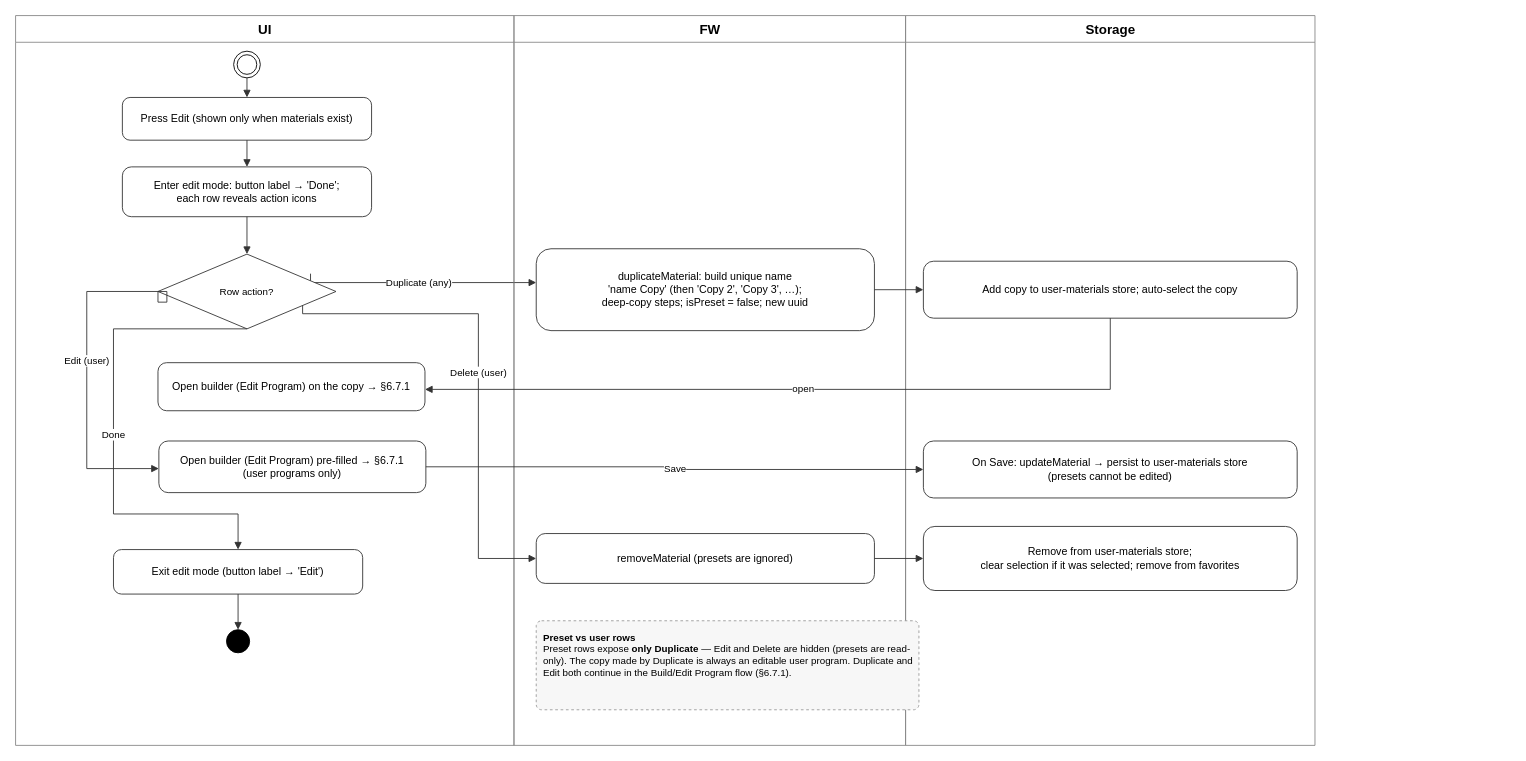
Earlier version of the draw.io diagram docs/diagrams/edit-mode-flow.drawio (Amitaiw6/sCure-A). Source tidied: cells renumbered, new cells numbered last; positions are measured from the earlier drawing's top-left corner, leaving out a move shared by most shapes. Both pictures are drawn from the tidied source at 89%, with x=0, y=0 at pixel (15, 15).
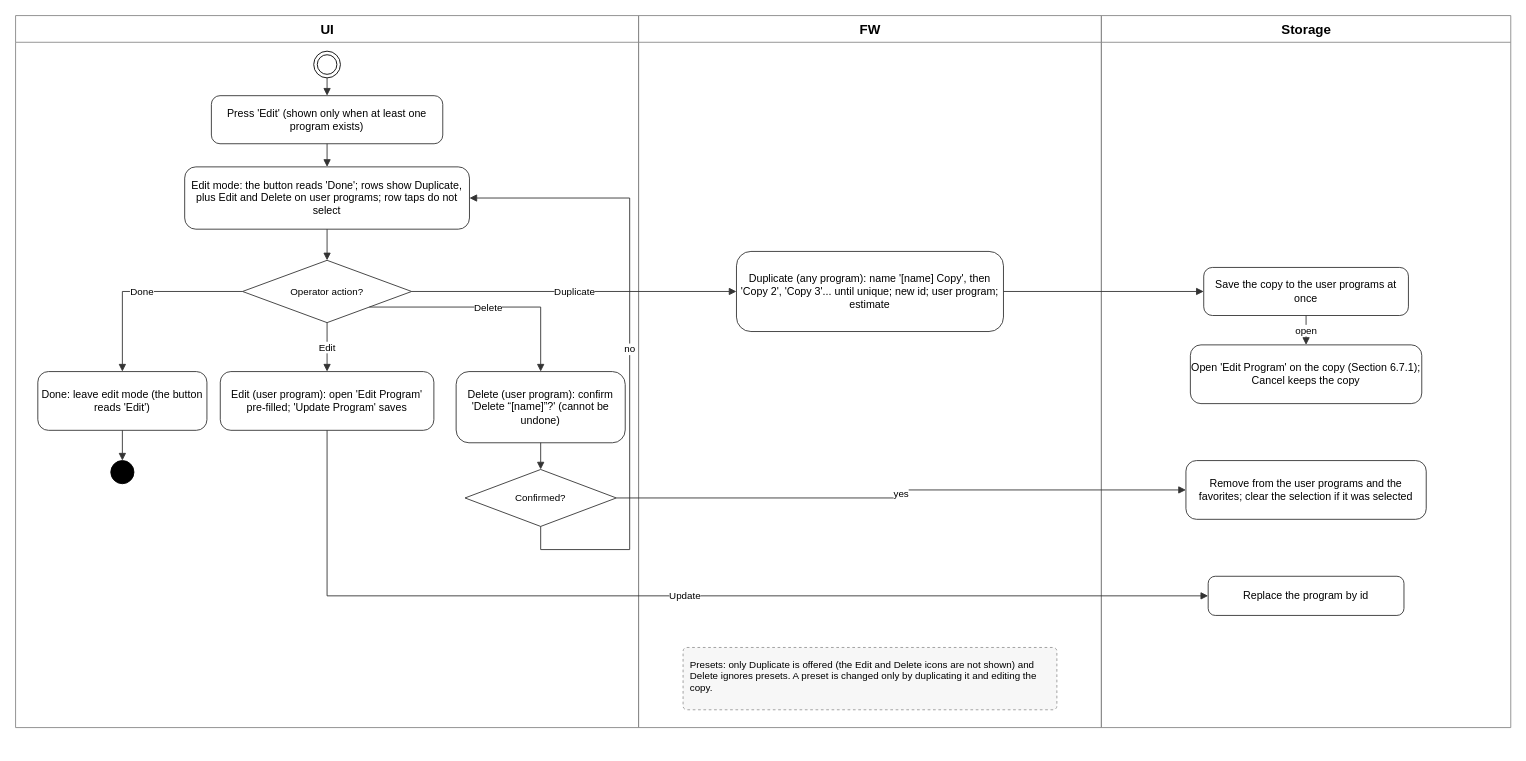
After the change.

What changed in the source:
```diff
@@
     <mxCell id="2" value="UI" style="swimlane;html=1;startSize=30;horizontal=1;fillColor=none;strokeColor=#888888;fontSize=15;fontStyle=1;align=center;verticalAlign=top;swimlaneFillColor=none;" parent="1" vertex="1">
-      <mxGeometry width="560" height="820" as="geometry" />
+      <mxGeometry width="700" height="800" as="geometry" />
     </mxCell>
-    <mxCell id="3" value="Open builder (Edit Program) on the copy → §6.7.1" style="rounded=1;whiteSpace=wrap;html=1;arcSize=18;fillColor=#FFFFFF;strokeColor=#333333;fontSize=12;" parent="2" vertex="1">
-      <mxGeometry x="160" y="390" width="300" height="54" as="geometry" />
-    </mxCell>
-    <mxCell id="4" value="Open builder (Edit Program) pre-filled → §6.7.1&lt;br&gt;(user programs only)" style="rounded=1;whiteSpace=wrap;html=1;arcSize=18;fillColor=#FFFFFF;strokeColor=#333333;fontSize=12;" parent="2" vertex="1">
-      <mxGeometry x="161" y="478" width="300" height="58" as="geometry" />
-    </mxCell>
-    <mxCell id="5" value="Duplicate (any)" style="edgeStyle=orthogonalEdgeStyle;rounded=0;html=1;strokeColor=#333333;endArrow=block;fontSize=11;exitX=1;exitY=0.3;exitDx=0;exitDy=0;" parent="2" edge="1">
-      <mxGeometry relative="1" as="geometry">
-        <mxPoint x="331.4" y="290" as="sourcePoint" />
-        <mxPoint x="585" y="300" as="targetPoint" />
-        <Array as="points">
-          <mxPoint x="331" y="300" />
-        </Array>
-      </mxGeometry>
-    </mxCell>
     <mxCell id="6" value="FW" style="swimlane;html=1;startSize=30;horizontal=1;fillColor=none;strokeColor=#888888;fontSize=15;fontStyle=1;align=center;verticalAlign=top;swimlaneFillColor=none;" parent="1" vertex="1">
-      <mxGeometry x="560" width="440" height="820" as="geometry" />
+      <mxGeometry x="700" width="520" height="800" as="geometry" />
     </mxCell>
     <mxCell id="7" value="Storage" style="swimlane;html=1;startSize=30;horizontal=1;fillColor=none;strokeColor=#888888;fontSize=15;fontStyle=1;align=center;verticalAlign=top;swimlaneFillColor=none;" parent="1" vertex="1">
-      <mxGeometry x="1000" width="460" height="820" as="geometry" />
+      <mxGeometry x="1220" width="460" height="800" as="geometry" />
     </mxCell>
     <mxCell id="8" style="ellipse;shape=doubleEllipse;html=1;dashed=0;whiteSpace=wrap;fillColor=#FFFFFF;strokeColor=#000000;" parent="1" vertex="1">
-      <mxGeometry x="245" y="40" width="30" height="30" as="geometry" />
+      <mxGeometry x="335" y="40" width="30" height="30" as="geometry" />
     </mxCell>
-    <mxCell id="9" value="Press Edit (shown only when materials exist)" style="rounded=1;whiteSpace=wrap;html=1;arcSize=18;fillColor=#FFFFFF;strokeColor=#333333;fontSize=12;" parent="1" vertex="1">
-      <mxGeometry x="120" y="92" width="280" height="48" as="geometry" />
-    </mxCell>
-    <mxCell id="10" value="Enter edit mode: button label → 'Done';&lt;br&gt;each row reveals action icons" style="rounded=1;whiteSpace=wrap;html=1;arcSize=18;fillColor=#FFFFFF;strokeColor=#333333;fontSize=12;" parent="1" vertex="1">
-      <mxGeometry x="120" y="170" width="280" height="56" as="geometry" />
-    </mxCell>
+    <mxCell id="31" value="Press 'Edit' (shown only when at least one program exists)" style="rounded=1;whiteSpace=wrap;html=1;arcSize=18;fillColor=#FFFFFF;strokeColor=#333333;fontSize=12;" parent="1" vertex="1">
+      <mxGeometry x="220" y="90" width="260" height="54" as="geometry" />
+    </mxCell>
+    <mxCell id="32" value="Edit mode: the button reads 'Done'; rows show Duplicate, plus Edit and Delete on user programs; row taps do not select" style="rounded=1;whiteSpace=wrap;html=1;arcSize=18;fillColor=#FFFFFF;strokeColor=#333333;fontSize=12;" parent="1" vertex="1">
+      <mxGeometry x="190" y="170" width="320" height="70" as="geometry" />
+    </mxCell>
-    <mxCell id="11" value="Row action?" style="rhombus;whiteSpace=wrap;html=1;fillColor=#FFFFFF;strokeColor=#333333;fontSize=11;" parent="1" vertex="1">
-      <mxGeometry x="160" y="268" width="200" height="84" as="geometry" />
+    <mxCell id="11" value="Operator action?" style="rhombus;whiteSpace=wrap;html=1;fillColor=#FFFFFF;strokeColor=#333333;fontSize=11;" parent="1" vertex="1">
+      <mxGeometry x="255" y="275" width="190" height="70" as="geometry" />
     </mxCell>
-    <mxCell id="12" value="duplicateMaterial: build unique name&lt;br&gt;'name Copy' (then 'Copy 2', 'Copy 3', …);&lt;br&gt;deep-copy steps; isPreset = false; new uuid" style="rounded=1;whiteSpace=wrap;html=1;arcSize=18;fillColor=#FFFFFF;strokeColor=#333333;fontSize=12;" parent="1" vertex="1">
-      <mxGeometry x="585" y="262" width="380" height="92" as="geometry" />
-    </mxCell>
-    <mxCell id="13" value="Add copy to user-materials store; auto-select the copy" style="rounded=1;whiteSpace=wrap;html=1;arcSize=18;fillColor=#FFFFFF;strokeColor=#333333;fontSize=12;" parent="1" vertex="1">
-      <mxGeometry x="1020" y="276" width="420" height="64" as="geometry" />
-    </mxCell>
-    <mxCell id="14" value="On Save: updateMaterial → persist to user-materials store&lt;br&gt;(presets cannot be edited)" style="rounded=1;whiteSpace=wrap;html=1;arcSize=18;fillColor=#FFFFFF;strokeColor=#333333;fontSize=12;" parent="1" vertex="1">
-      <mxGeometry x="1020" y="478" width="420" height="64" as="geometry" />
-    </mxCell>
-    <mxCell id="15" value="removeMaterial (presets are ignored)" style="rounded=1;whiteSpace=wrap;html=1;arcSize=18;fillColor=#FFFFFF;strokeColor=#333333;fontSize=12;" parent="1" vertex="1">
-      <mxGeometry x="585" y="582" width="380" height="56" as="geometry" />
-    </mxCell>
-    <mxCell id="16" value="Remove from user-materials store;&lt;br&gt;clear selection if it was selected; remove from favorites" style="rounded=1;whiteSpace=wrap;html=1;arcSize=18;fillColor=#FFFFFF;strokeColor=#333333;fontSize=12;" parent="1" vertex="1">
-      <mxGeometry x="1020" y="574" width="420" height="72" as="geometry" />
-    </mxCell>
-    <mxCell id="17" value="Exit edit mode (button label → 'Edit')" style="rounded=1;whiteSpace=wrap;html=1;arcSize=18;fillColor=#FFFFFF;strokeColor=#333333;fontSize=12;" parent="1" vertex="1">
-      <mxGeometry x="110" y="600" width="280" height="50" as="geometry" />
-    </mxCell>
-    <mxCell id="18" style="ellipse;whiteSpace=wrap;html=1;fillColor=#000000;strokeColor=#000000;" parent="1" vertex="1">
-      <mxGeometry x="237" y="690" width="26" height="26" as="geometry" />
-    </mxCell>
+    <mxCell id="33" value="Duplicate (any program): name '[name] Copy', then 'Copy 2', 'Copy 3'... until unique; new id; user program; estimate" style="rounded=1;whiteSpace=wrap;html=1;arcSize=18;fillColor=#FFFFFF;strokeColor=#333333;fontSize=12;" parent="1" vertex="1">
+      <mxGeometry x="810" y="265" width="300" height="90" as="geometry" />
+    </mxCell>
+    <mxCell id="34" value="Save the copy to the user programs at once" style="rounded=1;whiteSpace=wrap;html=1;arcSize=18;fillColor=#FFFFFF;strokeColor=#333333;fontSize=12;" parent="1" vertex="1">
+      <mxGeometry x="1335" y="283" width="230" height="54" as="geometry" />
+    </mxCell>
+    <mxCell id="35" value="Open 'Edit Program' on the copy (Section 6.7.1); Cancel keeps the copy" style="rounded=1;whiteSpace=wrap;html=1;arcSize=18;fillColor=#FFFFFF;strokeColor=#333333;fontSize=12;" parent="1" vertex="1">
+      <mxGeometry x="1320" y="370" width="260" height="66" as="geometry" />
+    </mxCell>
+    <mxCell id="36" value="Edit (user program): open 'Edit Program' pre-filled; 'Update Program' saves" style="rounded=1;whiteSpace=wrap;html=1;arcSize=18;fillColor=#FFFFFF;strokeColor=#333333;fontSize=12;" parent="1" vertex="1">
+      <mxGeometry x="230" y="400" width="240" height="66" as="geometry" />
+    </mxCell>
+    <mxCell id="37" value="Replace the program by id" style="rounded=1;whiteSpace=wrap;html=1;arcSize=18;fillColor=#FFFFFF;strokeColor=#333333;fontSize=12;" parent="1" vertex="1">
+      <mxGeometry x="1340" y="630" width="220" height="44" as="geometry" />
+    </mxCell>
+    <mxCell id="38" value="Delete (user program): confirm 'Delete “[name]”?' (cannot be undone)" style="rounded=1;whiteSpace=wrap;html=1;arcSize=18;fillColor=#FFFFFF;strokeColor=#333333;fontSize=12;" parent="1" vertex="1">
+      <mxGeometry x="495" y="400" width="190" height="80" as="geometry" />
+    </mxCell>
+    <mxCell id="39" value="Confirmed?" style="rhombus;whiteSpace=wrap;html=1;fillColor=#FFFFFF;strokeColor=#333333;fontSize=11;" parent="1" vertex="1">
+      <mxGeometry x="505" y="510" width="170" height="64" as="geometry" />
+    </mxCell>
+    <mxCell id="40" value="Remove from the user programs and the favorites; clear the selection if it was selected" style="rounded=1;whiteSpace=wrap;html=1;arcSize=18;fillColor=#FFFFFF;strokeColor=#333333;fontSize=12;" parent="1" vertex="1">
+      <mxGeometry x="1315" y="500" width="270" height="66" as="geometry" />
+    </mxCell>
+    <mxCell id="41" value="Done: leave edit mode (the button reads 'Edit')" style="rounded=1;whiteSpace=wrap;html=1;arcSize=18;fillColor=#FFFFFF;strokeColor=#333333;fontSize=12;" parent="1" vertex="1">
+      <mxGeometry x="25" y="400" width="190" height="66" as="geometry" />
+    </mxCell>
+    <mxCell id="42" style="ellipse;whiteSpace=wrap;html=1;fillColor=#000000;strokeColor=#000000;" parent="1" vertex="1">
+      <mxGeometry x="107" y="500" width="26" height="26" as="geometry" />
+    </mxCell>
-    <mxCell id="19" value="&lt;b&gt;Preset vs user rows&lt;/b&gt;&lt;br&gt;Preset rows expose &lt;b&gt;only Duplicate&lt;/b&gt; — Edit and Delete are hidden (presets are read-only). The copy made by Duplicate is always an editable user program. Duplicate and Edit both continue in the Build/Edit Program flow (§6.7.1)." style="rounded=1;whiteSpace=wrap;html=1;dashed=1;arcSize=6;fillColor=#F7F7F7;strokeColor=#999999;fontSize=11;align=left;verticalAlign=top;spacing=8;" parent="1" vertex="1">
-      <mxGeometry x="585" y="680" width="430" height="100" as="geometry" />
+    <mxCell id="19" value="Presets: only Duplicate is offered (the Edit and Delete icons are not shown) and Delete ignores presets. A preset is changed only by duplicating it and editing the copy." style="rounded=1;whiteSpace=wrap;html=1;dashed=1;arcSize=6;fillColor=#F7F7F7;strokeColor=#999999;fontSize=11;align=left;verticalAlign=top;spacing=8;" parent="1" vertex="1">
+      <mxGeometry x="750" y="710" width="420" height="70" as="geometry" />
     </mxCell>
-    <mxCell id="20" style="edgeStyle=orthogonalEdgeStyle;rounded=0;html=1;strokeColor=#333333;endArrow=block;fontSize=11;" parent="1" edge="1" source="8" target="9">
-      <mxGeometry relative="1" as="geometry" />
-    </mxCell>
-    <mxCell id="21" style="edgeStyle=orthogonalEdgeStyle;rounded=0;html=1;strokeColor=#333333;endArrow=block;fontSize=11;" parent="1" edge="1" source="9" target="10">
-      <mxGeometry relative="1" as="geometry" />
-    </mxCell>
-    <mxCell id="22" style="edgeStyle=orthogonalEdgeStyle;rounded=0;html=1;strokeColor=#333333;endArrow=block;fontSize=11;" parent="1" edge="1" source="10" target="11">
-      <mxGeometry relative="1" as="geometry" />
-    </mxCell>
-    <mxCell id="23" style="edgeStyle=orthogonalEdgeStyle;rounded=0;html=1;strokeColor=#333333;endArrow=block;fontSize=11;" parent="1" edge="1" source="12" target="13">
-      <mxGeometry relative="1" as="geometry" />
-    </mxCell>
+    <mxCell id="43" style="edgeStyle=orthogonalEdgeStyle;rounded=0;html=1;strokeColor=#333333;endArrow=block;fontSize=11;" parent="1" edge="1" source="8" target="31">
+      <mxGeometry relative="1" as="geometry" />
+    </mxCell>
+    <mxCell id="44" style="edgeStyle=orthogonalEdgeStyle;rounded=0;html=1;strokeColor=#333333;endArrow=block;fontSize=11;" parent="1" edge="1" source="31" target="32">
+      <mxGeometry relative="1" as="geometry" />
+    </mxCell>
+    <mxCell id="45" style="edgeStyle=orthogonalEdgeStyle;rounded=0;html=1;strokeColor=#333333;endArrow=block;fontSize=11;" parent="1" edge="1" source="32" target="11">
+      <mxGeometry relative="1" as="geometry" />
+    </mxCell>
+    <mxCell id="46" value="Duplicate" style="edgeStyle=orthogonalEdgeStyle;rounded=0;html=1;strokeColor=#333333;endArrow=block;fontSize=11;exitX=1;exitY=0.5;exitDx=0;exitDy=0;entryX=0;entryY=0.5;entryDx=0;entryDy=0;" parent="1" edge="1" source="11" target="33">
+      <mxGeometry relative="1" as="geometry" />
+    </mxCell>
+    <mxCell id="47" style="edgeStyle=orthogonalEdgeStyle;rounded=0;html=1;strokeColor=#333333;endArrow=block;fontSize=11;exitX=1;exitY=0.5;exitDx=0;exitDy=0;entryX=0;entryY=0.5;entryDx=0;entryDy=0;" parent="1" edge="1" source="33" target="34">
+      <mxGeometry relative="1" as="geometry" />
+    </mxCell>
-    <mxCell id="24" value="open" style="edgeStyle=orthogonalEdgeStyle;rounded=0;html=1;strokeColor=#333333;endArrow=block;fontSize=11;" parent="1" edge="1" source="13" target="3">
-      <mxGeometry relative="1" as="geometry">
-        <Array as="points">
-          <mxPoint x="1230" y="420" />
-          <mxPoint x="260" y="420" />
-        </Array>
-      </mxGeometry>
+    <mxCell id="24" value="open" style="edgeStyle=orthogonalEdgeStyle;rounded=0;html=1;strokeColor=#333333;endArrow=block;fontSize=11;exitX=0.5;exitY=1;exitDx=0;exitDy=0;entryX=0.5;entryY=0;entryDx=0;entryDy=0;" parent="1" edge="1" source="34" target="35">
+      <mxGeometry relative="1" as="geometry" />
     </mxCell>
-    <mxCell id="25" value="Edit (user)" style="edgeStyle=orthogonalEdgeStyle;rounded=0;html=1;strokeColor=#333333;endArrow=block;fontSize=11;exitX=0;exitY=0.5;exitDx=0;exitDy=0;" parent="1" edge="1" source="11" target="4">
-      <mxGeometry relative="1" as="geometry">
-        <Array as="points">
-          <mxPoint x="160" y="322" />
-          <mxPoint x="170" y="322" />
-          <mxPoint x="170" y="310" />
-          <mxPoint x="80" y="310" />
-          <mxPoint x="80" y="509" />
-        </Array>
-      </mxGeometry>
-    </mxCell>
-    <mxCell id="26" value="Save" style="edgeStyle=orthogonalEdgeStyle;rounded=0;html=1;strokeColor=#333333;endArrow=block;fontSize=11;" parent="1" edge="1" source="4" target="14">
-      <mxGeometry relative="1" as="geometry" />
-    </mxCell>
-    <mxCell id="27" value="Delete (user)" style="edgeStyle=orthogonalEdgeStyle;rounded=0;html=1;strokeColor=#333333;endArrow=block;fontSize=11;exitX=1;exitY=0.8;exitDx=0;exitDy=0;" parent="1" edge="1" source="11" target="15">
-      <mxGeometry relative="1" as="geometry">
-        <Array as="points">
-          <mxPoint x="520" y="335" />
-          <mxPoint x="520" y="610" />
-        </Array>
-      </mxGeometry>
-    </mxCell>
-    <mxCell id="28" style="edgeStyle=orthogonalEdgeStyle;rounded=0;html=1;strokeColor=#333333;endArrow=block;fontSize=11;" parent="1" edge="1" source="15" target="16">
-      <mxGeometry relative="1" as="geometry" />
-    </mxCell>
+    <mxCell id="48" value="Edit" style="edgeStyle=orthogonalEdgeStyle;rounded=0;html=1;strokeColor=#333333;endArrow=block;fontSize=11;exitX=0.5;exitY=1;exitDx=0;exitDy=0;entryX=0.5;entryY=0;entryDx=0;entryDy=0;" parent="1" edge="1" source="11" target="36">
+      <mxGeometry relative="1" as="geometry" />
+    </mxCell>
+    <mxCell id="49" value="Update" style="edgeStyle=orthogonalEdgeStyle;rounded=0;html=1;strokeColor=#333333;endArrow=block;fontSize=11;exitX=0.5;exitY=1;exitDx=0;exitDy=0;entryX=0;entryY=0.5;entryDx=0;entryDy=0;" parent="1" edge="1" source="36" target="37">
+      <mxGeometry relative="1" as="geometry">
+        <Array as="points">
+          <mxPoint x="350" y="652" />
+        </Array>
+      </mxGeometry>
+    </mxCell>
+    <mxCell id="50" value="Delete" style="edgeStyle=orthogonalEdgeStyle;rounded=0;html=1;strokeColor=#333333;endArrow=block;fontSize=11;exitX=0.75;exitY=0.75;exitDx=0;exitDy=0;entryX=0.5;entryY=0;entryDx=0;entryDy=0;" parent="1" edge="1" source="11" target="38">
+      <mxGeometry relative="1" as="geometry">
+        <Array as="points">
+          <mxPoint x="590" y="328" />
+        </Array>
+      </mxGeometry>
+    </mxCell>
+    <mxCell id="51" style="edgeStyle=orthogonalEdgeStyle;rounded=0;html=1;strokeColor=#333333;endArrow=block;fontSize=11;" parent="1" edge="1" source="38" target="39">
+      <mxGeometry relative="1" as="geometry" />
+    </mxCell>
+    <mxCell id="52" value="yes" style="edgeStyle=orthogonalEdgeStyle;rounded=0;html=1;strokeColor=#333333;endArrow=block;fontSize=11;exitX=1;exitY=0.5;exitDx=0;exitDy=0;entryX=0;entryY=0.5;entryDx=0;entryDy=0;" parent="1" edge="1" source="39" target="40">
+      <mxGeometry relative="1" as="geometry" />
+    </mxCell>
+    <mxCell id="53" value="no" style="edgeStyle=orthogonalEdgeStyle;rounded=0;html=1;strokeColor=#333333;endArrow=block;fontSize=11;exitX=0.5;exitY=1;exitDx=0;exitDy=0;entryX=1;entryY=0.5;entryDx=0;entryDy=0;" parent="1" edge="1" source="39" target="32">
+      <mxGeometry relative="1" as="geometry">
+        <Array as="points">
+          <mxPoint x="590" y="600" />
+          <mxPoint x="690" y="600" />
+          <mxPoint x="690" y="205" />
+        </Array>
+      </mxGeometry>
+    </mxCell>
-    <mxCell id="29" value="Done" style="edgeStyle=orthogonalEdgeStyle;rounded=0;html=1;strokeColor=#333333;endArrow=block;fontSize=11;exitX=0.5;exitY=1;exitDx=0;exitDy=0;entryX=0.5;entryY=0;entryDx=0;entryDy=0;" parent="1" edge="1" source="11" target="17">
-      <mxGeometry relative="1" as="geometry">
-        <Array as="points">
-          <mxPoint x="110" y="352" />
-          <mxPoint x="110" y="560" />
-          <mxPoint x="250" y="560" />
-        </Array>
-      </mxGeometry>
+    <mxCell id="29" value="Done" style="edgeStyle=orthogonalEdgeStyle;rounded=0;html=1;strokeColor=#333333;endArrow=block;fontSize=11;exitX=0;exitY=0.5;exitDx=0;exitDy=0;entryX=0.5;entryY=0;entryDx=0;entryDy=0;" parent="1" edge="1" source="11" target="41">
+      <mxGeometry relative="1" as="geometry" />
     </mxCell>
-    <mxCell id="30" style="edgeStyle=orthogonalEdgeStyle;rounded=0;html=1;strokeColor=#333333;endArrow=block;fontSize=11;" parent="1" edge="1" source="17" target="18">
-      <mxGeometry relative="1" as="geometry" />
-    </mxCell>
+    <mxCell id="54" style="edgeStyle=orthogonalEdgeStyle;rounded=0;html=1;strokeColor=#333333;endArrow=block;fontSize=11;" parent="1" edge="1" source="41" target="42">
+      <mxGeometry relative="1" as="geometry" />
+    </mxCell>
```
